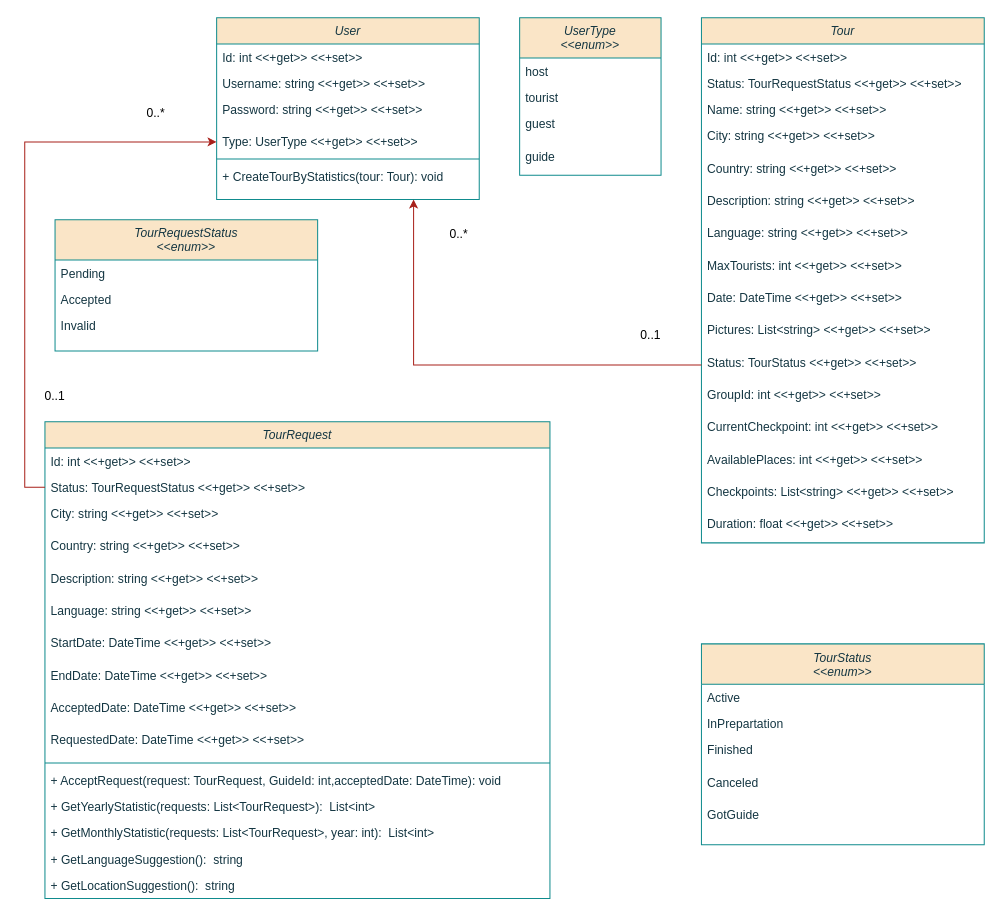
The draw.io diagram Diagrams/Class diagrams/Guide/Guide Class Diagram.drawio in katarinap02/booking-application, before the edit. Source tidied: cells renumbered, new cells numbered last; positions are measured from the earlier drawing's top-left corner, leaving out a move shared by most shapes. Both pictures are drawn from the tidied source at 101%, with x=0, y=0 at pixel (24, 17).
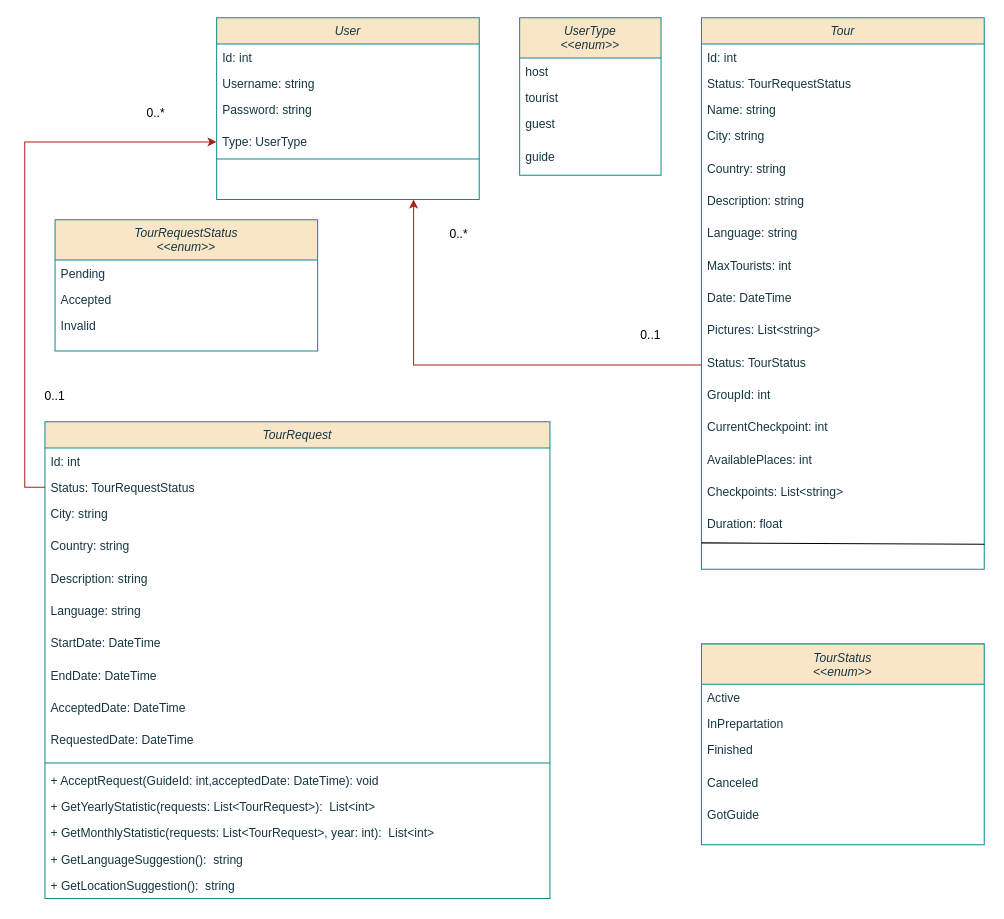
The same diagram, later.

The change refers to these unchanged cells:
```xml
<mxCell id="2" value="TourRequest" style="swimlane;fontStyle=2;align=center;verticalAlign=top;horizontal=1;startSize=26;rounded=0;shadow=0;strokeWidth=1;fillColor=#FAE5C7;strokeColor=#0F8B8D;labelBackgroundColor=none;fontColor=#143642;" parent="1" vertex="1">
  <mxGeometry x="20" y="400" width="500" height="472" as="geometry" />
</mxCell>
<mxCell id="19" value="User" style="swimlane;fontStyle=2;align=center;verticalAlign=top;horizontal=1;startSize=26;rounded=0;shadow=0;strokeWidth=1;fillColor=#FAE5C7;strokeColor=#0F8B8D;labelBackgroundColor=none;fontColor=#143642;" parent="1" vertex="1">
  <mxGeometry x="190" width="260" height="180" as="geometry" />
</mxCell>
```

The edit, as a diff of the source:
```diff
@@
-    <mxCell id="3" value="Id: int &lt;&lt;+get&gt;&gt; &lt;&lt;+set&gt;&gt;" style="text;align=left;verticalAlign=top;spacingLeft=4;spacingRight=4;overflow=hidden;labelBackgroundColor=none;fontColor=#143642;" parent="2" vertex="1">
+    <mxCell id="3" value="Id: int " style="text;align=left;verticalAlign=top;spacingLeft=4;spacingRight=4;overflow=hidden;labelBackgroundColor=none;fontColor=#143642;" parent="2" vertex="1">
       <mxGeometry y="26" width="500" height="26" as="geometry" />
     </mxCell>
-    <mxCell id="4" value="Status: TourRequestStatus &lt;&lt;+get&gt;&gt; &lt;&lt;+set&gt;&gt;" style="text;align=left;verticalAlign=top;spacingLeft=4;spacingRight=4;overflow=hidden;points=[[0,0.5],[1,0.5]];portConstraint=eastwest;rounded=0;shadow=0;html=0;labelBackgroundColor=none;fontColor=#143642;" parent="2" vertex="1">
+    <mxCell id="4" value="Status: TourRequestStatus " style="text;align=left;verticalAlign=top;spacingLeft=4;spacingRight=4;overflow=hidden;points=[[0,0.5],[1,0.5]];portConstraint=eastwest;rounded=0;shadow=0;html=0;labelBackgroundColor=none;fontColor=#143642;" parent="2" vertex="1">
       <mxGeometry y="52" width="500" height="26" as="geometry" />
     </mxCell>
-    <mxCell id="5" value="City: string &lt;&lt;+get&gt;&gt; &lt;&lt;+set&gt;&gt;" style="text;align=left;verticalAlign=top;spacingLeft=4;spacingRight=4;overflow=hidden;rounded=0;shadow=0;html=0;labelBackgroundColor=none;fontColor=#143642;" parent="2" vertex="1">
+    <mxCell id="5" value="City: string " style="text;align=left;verticalAlign=top;spacingLeft=4;spacingRight=4;overflow=hidden;rounded=0;shadow=0;html=0;labelBackgroundColor=none;fontColor=#143642;" parent="2" vertex="1">
       <mxGeometry y="78" width="500" height="32" as="geometry" />
     </mxCell>
-    <mxCell id="6" value="Country: string &lt;&lt;+get&gt;&gt; &lt;&lt;+set&gt;&gt;" style="text;align=left;verticalAlign=top;spacingLeft=4;spacingRight=4;overflow=hidden;rounded=0;shadow=0;html=0;labelBackgroundColor=none;fontColor=#143642;" parent="2" vertex="1">
+    <mxCell id="6" value="Country: string" style="text;align=left;verticalAlign=top;spacingLeft=4;spacingRight=4;overflow=hidden;rounded=0;shadow=0;html=0;labelBackgroundColor=none;fontColor=#143642;" parent="2" vertex="1">
       <mxGeometry y="110" width="500" height="32" as="geometry" />
     </mxCell>
-    <mxCell id="7" value="Description: string &lt;&lt;+get&gt;&gt; &lt;&lt;+set&gt;&gt;" style="text;align=left;verticalAlign=top;spacingLeft=4;spacingRight=4;overflow=hidden;rounded=0;shadow=0;html=0;labelBackgroundColor=none;fontColor=#143642;" parent="2" vertex="1">
+    <mxCell id="7" value="Description: string " style="text;align=left;verticalAlign=top;spacingLeft=4;spacingRight=4;overflow=hidden;rounded=0;shadow=0;html=0;labelBackgroundColor=none;fontColor=#143642;" parent="2" vertex="1">
       <mxGeometry y="142" width="500" height="32" as="geometry" />
     </mxCell>
-    <mxCell id="8" value="Language: string &lt;&lt;+get&gt;&gt; &lt;&lt;+set&gt;&gt;" style="text;align=left;verticalAlign=top;spacingLeft=4;spacingRight=4;overflow=hidden;rounded=0;shadow=0;html=0;labelBackgroundColor=none;fontColor=#143642;" parent="2" vertex="1">
+    <mxCell id="8" value="Language: string" style="text;align=left;verticalAlign=top;spacingLeft=4;spacingRight=4;overflow=hidden;rounded=0;shadow=0;html=0;labelBackgroundColor=none;fontColor=#143642;" parent="2" vertex="1">
       <mxGeometry y="174" width="500" height="32" as="geometry" />
     </mxCell>
-    <mxCell id="9" value="StartDate: DateTime &lt;&lt;+get&gt;&gt; &lt;&lt;+set&gt;&gt;" style="text;align=left;verticalAlign=top;spacingLeft=4;spacingRight=4;overflow=hidden;rounded=0;shadow=0;html=0;labelBackgroundColor=none;fontColor=#143642;" parent="2" vertex="1">
+    <mxCell id="9" value="StartDate: DateTime " style="text;align=left;verticalAlign=top;spacingLeft=4;spacingRight=4;overflow=hidden;rounded=0;shadow=0;html=0;labelBackgroundColor=none;fontColor=#143642;" parent="2" vertex="1">
       <mxGeometry y="206" width="500" height="32" as="geometry" />
     </mxCell>
-    <mxCell id="10" value="EndDate: DateTime &lt;&lt;+get&gt;&gt; &lt;&lt;+set&gt;&gt;" style="text;align=left;verticalAlign=top;spacingLeft=4;spacingRight=4;overflow=hidden;rounded=0;shadow=0;html=0;labelBackgroundColor=none;fontColor=#143642;" parent="2" vertex="1">
+    <mxCell id="10" value="EndDate: DateTime " style="text;align=left;verticalAlign=top;spacingLeft=4;spacingRight=4;overflow=hidden;rounded=0;shadow=0;html=0;labelBackgroundColor=none;fontColor=#143642;" parent="2" vertex="1">
       <mxGeometry y="238" width="500" height="32" as="geometry" />
     </mxCell>
-    <mxCell id="11" value="AcceptedDate: DateTime &lt;&lt;+get&gt;&gt; &lt;&lt;+set&gt;&gt;" style="text;align=left;verticalAlign=top;spacingLeft=4;spacingRight=4;overflow=hidden;rounded=0;shadow=0;html=0;labelBackgroundColor=none;fontColor=#143642;" parent="2" vertex="1">
+    <mxCell id="11" value="AcceptedDate: DateTime " style="text;align=left;verticalAlign=top;spacingLeft=4;spacingRight=4;overflow=hidden;rounded=0;shadow=0;html=0;labelBackgroundColor=none;fontColor=#143642;" parent="2" vertex="1">
       <mxGeometry y="270" width="500" height="32" as="geometry" />
     </mxCell>
-    <mxCell id="12" value="RequestedDate: DateTime &lt;&lt;+get&gt;&gt; &lt;&lt;+set&gt;&gt;" style="text;align=left;verticalAlign=top;spacingLeft=4;spacingRight=4;overflow=hidden;rounded=0;shadow=0;html=0;labelBackgroundColor=none;fontColor=#143642;" parent="2" vertex="1">
+    <mxCell id="12" value="RequestedDate: DateTime " style="text;align=left;verticalAlign=top;spacingLeft=4;spacingRight=4;overflow=hidden;rounded=0;shadow=0;html=0;labelBackgroundColor=none;fontColor=#143642;" parent="2" vertex="1">
       <mxGeometry y="302" width="500" height="32" as="geometry" />
     </mxCell>
@@
-    <mxCell id="14" value="+ AcceptRequest(request: TourRequest, GuideId: int,acceptedDate: DateTime): void" style="text;align=left;verticalAlign=top;spacingLeft=4;spacingRight=4;overflow=hidden;labelBackgroundColor=none;fontColor=#143642;" parent="2" vertex="1">
+    <mxCell id="14" value="+ AcceptRequest(GuideId: int,acceptedDate: DateTime): void" style="text;align=left;verticalAlign=top;spacingLeft=4;spacingRight=4;overflow=hidden;labelBackgroundColor=none;fontColor=#143642;" parent="2" vertex="1">
       <mxGeometry y="342" width="500" height="26" as="geometry" />
     </mxCell>
@@
-    <mxCell id="20" value="Id: int &lt;&lt;+get&gt;&gt; &lt;&lt;+set&gt;&gt;" style="text;align=left;verticalAlign=top;spacingLeft=4;spacingRight=4;overflow=hidden;labelBackgroundColor=none;fontColor=#143642;" parent="19" vertex="1">
+    <mxCell id="20" value="Id: int " style="text;align=left;verticalAlign=top;spacingLeft=4;spacingRight=4;overflow=hidden;labelBackgroundColor=none;fontColor=#143642;" parent="19" vertex="1">
       <mxGeometry y="26" width="260" height="26" as="geometry" />
     </mxCell>
-    <mxCell id="21" value="Username: string &lt;&lt;+get&gt;&gt; &lt;&lt;+set&gt;&gt;" style="text;align=left;verticalAlign=top;spacingLeft=4;spacingRight=4;overflow=hidden;labelBackgroundColor=none;fontColor=#143642;" parent="19" vertex="1">
+    <mxCell id="21" value="Username: string" style="text;align=left;verticalAlign=top;spacingLeft=4;spacingRight=4;overflow=hidden;labelBackgroundColor=none;fontColor=#143642;" parent="19" vertex="1">
       <mxGeometry y="52" width="260" height="26" as="geometry" />
     </mxCell>
-    <mxCell id="22" value="Password: string &lt;&lt;+get&gt;&gt; &lt;&lt;+set&gt;&gt;" style="text;align=left;verticalAlign=top;spacingLeft=4;spacingRight=4;overflow=hidden;rounded=0;shadow=0;html=0;labelBackgroundColor=none;fontColor=#143642;" parent="19" vertex="1">
+    <mxCell id="22" value="Password: string " style="text;align=left;verticalAlign=top;spacingLeft=4;spacingRight=4;overflow=hidden;rounded=0;shadow=0;html=0;labelBackgroundColor=none;fontColor=#143642;" parent="19" vertex="1">
       <mxGeometry y="78" width="260" height="32" as="geometry" />
     </mxCell>
-    <mxCell id="23" value="Type: UserType &lt;&lt;+get&gt;&gt; &lt;&lt;+set&gt;&gt;" style="text;align=left;verticalAlign=top;spacingLeft=4;spacingRight=4;overflow=hidden;points=[[0,0.5],[1,0.5]];portConstraint=eastwest;rounded=0;shadow=0;html=0;labelBackgroundColor=none;fontColor=#143642;" parent="19" vertex="1">
+    <mxCell id="23" value="Type: UserType " style="text;align=left;verticalAlign=top;spacingLeft=4;spacingRight=4;overflow=hidden;points=[[0,0.5],[1,0.5]];portConstraint=eastwest;rounded=0;shadow=0;html=0;labelBackgroundColor=none;fontColor=#143642;" parent="19" vertex="1">
       <mxGeometry y="110" width="260" height="26" as="geometry" />
     </mxCell>
@@
-    <mxCell id="25" value="+ CreateTourByStatistics(tour: Tour): void" style="text;align=left;verticalAlign=top;spacingLeft=4;spacingRight=4;overflow=hidden;labelBackgroundColor=none;fontColor=#143642;" parent="19" vertex="1">
-      <mxGeometry y="144" width="260" height="26" as="geometry" />
-    </mxCell>
@@
     <mxCell id="35" value="Tour" style="swimlane;fontStyle=2;align=center;verticalAlign=top;horizontal=1;startSize=26;rounded=0;shadow=0;strokeWidth=1;fillColor=#FAE5C7;strokeColor=#0F8B8D;labelBackgroundColor=none;fontColor=#143642;" parent="1" vertex="1">
-      <mxGeometry x="670" width="280" height="520" as="geometry" />
+      <mxGeometry x="670" width="280" height="546" as="geometry" />
     </mxCell>
-    <mxCell id="36" value="Id: int &lt;&lt;+get&gt;&gt; &lt;&lt;+set&gt;&gt;" style="text;align=left;verticalAlign=top;spacingLeft=4;spacingRight=4;overflow=hidden;labelBackgroundColor=none;fontColor=#143642;" parent="35" vertex="1">
+    <mxCell id="36" value="Id: int" style="text;align=left;verticalAlign=top;spacingLeft=4;spacingRight=4;overflow=hidden;labelBackgroundColor=none;fontColor=#143642;" parent="35" vertex="1">
       <mxGeometry y="26" width="280" height="26" as="geometry" />
     </mxCell>
-    <mxCell id="37" value="Status: TourRequestStatus &lt;&lt;+get&gt;&gt; &lt;&lt;+set&gt;&gt;" style="text;align=left;verticalAlign=top;spacingLeft=4;spacingRight=4;overflow=hidden;rounded=0;shadow=0;html=0;labelBackgroundColor=none;fontColor=#143642;" parent="35" vertex="1">
+    <mxCell id="37" value="Status: TourRequestStatus " style="text;align=left;verticalAlign=top;spacingLeft=4;spacingRight=4;overflow=hidden;rounded=0;shadow=0;html=0;labelBackgroundColor=none;fontColor=#143642;" parent="35" vertex="1">
       <mxGeometry y="52" width="280" height="26" as="geometry" />
     </mxCell>
-    <mxCell id="38" value="Name: string &lt;&lt;+get&gt;&gt; &lt;&lt;+set&gt;&gt;" style="text;align=left;verticalAlign=top;spacingLeft=4;spacingRight=4;overflow=hidden;rounded=0;shadow=0;html=0;labelBackgroundColor=none;fontColor=#143642;" parent="35" vertex="1">
+    <mxCell id="38" value="Name: string " style="text;align=left;verticalAlign=top;spacingLeft=4;spacingRight=4;overflow=hidden;rounded=0;shadow=0;html=0;labelBackgroundColor=none;fontColor=#143642;" parent="35" vertex="1">
       <mxGeometry y="78" width="280" height="26" as="geometry" />
     </mxCell>
-    <mxCell id="39" value="City: string &lt;&lt;+get&gt;&gt; &lt;&lt;+set&gt;&gt;" style="text;align=left;verticalAlign=top;spacingLeft=4;spacingRight=4;overflow=hidden;rounded=0;shadow=0;html=0;labelBackgroundColor=none;fontColor=#143642;" parent="35" vertex="1">
+    <mxCell id="39" value="City: string " style="text;align=left;verticalAlign=top;spacingLeft=4;spacingRight=4;overflow=hidden;rounded=0;shadow=0;html=0;labelBackgroundColor=none;fontColor=#143642;" parent="35" vertex="1">
       <mxGeometry y="104" width="280" height="32" as="geometry" />
     </mxCell>
-    <mxCell id="40" value="Country: string &lt;&lt;+get&gt;&gt; &lt;&lt;+set&gt;&gt;" style="text;align=left;verticalAlign=top;spacingLeft=4;spacingRight=4;overflow=hidden;rounded=0;shadow=0;html=0;labelBackgroundColor=none;fontColor=#143642;" parent="35" vertex="1">
+    <mxCell id="40" value="Country: string " style="text;align=left;verticalAlign=top;spacingLeft=4;spacingRight=4;overflow=hidden;rounded=0;shadow=0;html=0;labelBackgroundColor=none;fontColor=#143642;" parent="35" vertex="1">
       <mxGeometry y="136" width="280" height="32" as="geometry" />
     </mxCell>
-    <mxCell id="41" value="Description: string &lt;&lt;+get&gt;&gt; &lt;&lt;+set&gt;&gt;" style="text;align=left;verticalAlign=top;spacingLeft=4;spacingRight=4;overflow=hidden;rounded=0;shadow=0;html=0;labelBackgroundColor=none;fontColor=#143642;" parent="35" vertex="1">
+    <mxCell id="41" value="Description: string " style="text;align=left;verticalAlign=top;spacingLeft=4;spacingRight=4;overflow=hidden;rounded=0;shadow=0;html=0;labelBackgroundColor=none;fontColor=#143642;" parent="35" vertex="1">
       <mxGeometry y="168" width="280" height="32" as="geometry" />
     </mxCell>
-    <mxCell id="42" value="Language: string &lt;&lt;+get&gt;&gt; &lt;&lt;+set&gt;&gt;" style="text;align=left;verticalAlign=top;spacingLeft=4;spacingRight=4;overflow=hidden;rounded=0;shadow=0;html=0;labelBackgroundColor=none;fontColor=#143642;" parent="35" vertex="1">
+    <mxCell id="42" value="Language: string " style="text;align=left;verticalAlign=top;spacingLeft=4;spacingRight=4;overflow=hidden;rounded=0;shadow=0;html=0;labelBackgroundColor=none;fontColor=#143642;" parent="35" vertex="1">
       <mxGeometry y="200" width="280" height="32" as="geometry" />
     </mxCell>
-    <mxCell id="43" value="MaxTourists: int &lt;&lt;+get&gt;&gt; &lt;&lt;+set&gt;&gt;" style="text;align=left;verticalAlign=top;spacingLeft=4;spacingRight=4;overflow=hidden;rounded=0;shadow=0;html=0;labelBackgroundColor=none;fontColor=#143642;" parent="35" vertex="1">
+    <mxCell id="43" value="MaxTourists: int " style="text;align=left;verticalAlign=top;spacingLeft=4;spacingRight=4;overflow=hidden;rounded=0;shadow=0;html=0;labelBackgroundColor=none;fontColor=#143642;" parent="35" vertex="1">
       <mxGeometry y="232" width="280" height="32" as="geometry" />
     </mxCell>
-    <mxCell id="44" value="Date: DateTime &lt;&lt;+get&gt;&gt; &lt;&lt;+set&gt;&gt;" style="text;align=left;verticalAlign=top;spacingLeft=4;spacingRight=4;overflow=hidden;rounded=0;shadow=0;html=0;labelBackgroundColor=none;fontColor=#143642;" parent="35" vertex="1">
+    <mxCell id="44" value="Date: DateTime " style="text;align=left;verticalAlign=top;spacingLeft=4;spacingRight=4;overflow=hidden;rounded=0;shadow=0;html=0;labelBackgroundColor=none;fontColor=#143642;" parent="35" vertex="1">
       <mxGeometry y="264" width="280" height="32" as="geometry" />
     </mxCell>
-    <mxCell id="45" value="Pictures: List&lt;string&gt; &lt;&lt;+get&gt;&gt; &lt;&lt;+set&gt;&gt;" style="text;align=left;verticalAlign=top;spacingLeft=4;spacingRight=4;overflow=hidden;rounded=0;shadow=0;html=0;labelBackgroundColor=none;fontColor=#143642;" parent="35" vertex="1">
+    <mxCell id="45" value="Pictures: List&lt;string&gt; " style="text;align=left;verticalAlign=top;spacingLeft=4;spacingRight=4;overflow=hidden;rounded=0;shadow=0;html=0;labelBackgroundColor=none;fontColor=#143642;" parent="35" vertex="1">
       <mxGeometry y="296" width="280" height="32" as="geometry" />
     </mxCell>
-    <mxCell id="46" value="Status: TourStatus &lt;&lt;+get&gt;&gt; &lt;&lt;+set&gt;&gt;" style="text;align=left;verticalAlign=top;spacingLeft=4;spacingRight=4;overflow=hidden;points=[[0,0.5],[1,0.5]];portConstraint=eastwest;rounded=0;shadow=0;html=0;labelBackgroundColor=none;fontColor=#143642;" parent="35" vertex="1">
+    <mxCell id="46" value="Status: TourStatus " style="text;align=left;verticalAlign=top;spacingLeft=4;spacingRight=4;overflow=hidden;points=[[0,0.5],[1,0.5]];portConstraint=eastwest;rounded=0;shadow=0;html=0;labelBackgroundColor=none;fontColor=#143642;" parent="35" vertex="1">
       <mxGeometry y="328" width="280" height="32" as="geometry" />
     </mxCell>
-    <mxCell id="47" value="GroupId: int &lt;&lt;+get&gt;&gt; &lt;&lt;+set&gt;&gt;" style="text;align=left;verticalAlign=top;spacingLeft=4;spacingRight=4;overflow=hidden;rounded=0;shadow=0;html=0;labelBackgroundColor=none;fontColor=#143642;" parent="35" vertex="1">
+    <mxCell id="47" value="GroupId: int " style="text;align=left;verticalAlign=top;spacingLeft=4;spacingRight=4;overflow=hidden;rounded=0;shadow=0;html=0;labelBackgroundColor=none;fontColor=#143642;" parent="35" vertex="1">
       <mxGeometry y="360" width="280" height="32" as="geometry" />
     </mxCell>
-    <mxCell id="48" value="CurrentCheckpoint: int &lt;&lt;+get&gt;&gt; &lt;&lt;+set&gt;&gt;" style="text;align=left;verticalAlign=top;spacingLeft=4;spacingRight=4;overflow=hidden;rounded=0;shadow=0;html=0;labelBackgroundColor=none;fontColor=#143642;" parent="35" vertex="1">
+    <mxCell id="48" value="CurrentCheckpoint: int" style="text;align=left;verticalAlign=top;spacingLeft=4;spacingRight=4;overflow=hidden;rounded=0;shadow=0;html=0;labelBackgroundColor=none;fontColor=#143642;" parent="35" vertex="1">
       <mxGeometry y="392" width="280" height="32" as="geometry" />
     </mxCell>
-    <mxCell id="49" value="AvailablePlaces: int &lt;&lt;+get&gt;&gt; &lt;&lt;+set&gt;&gt;" style="text;align=left;verticalAlign=top;spacingLeft=4;spacingRight=4;overflow=hidden;rounded=0;shadow=0;html=0;labelBackgroundColor=none;fontColor=#143642;" parent="35" vertex="1">
+    <mxCell id="49" value="AvailablePlaces: int " style="text;align=left;verticalAlign=top;spacingLeft=4;spacingRight=4;overflow=hidden;rounded=0;shadow=0;html=0;labelBackgroundColor=none;fontColor=#143642;" parent="35" vertex="1">
       <mxGeometry y="424" width="280" height="32" as="geometry" />
     </mxCell>
-    <mxCell id="50" value="Checkpoints: List&lt;string&gt; &lt;&lt;+get&gt;&gt; &lt;&lt;+set&gt;&gt;" style="text;align=left;verticalAlign=top;spacingLeft=4;spacingRight=4;overflow=hidden;rounded=0;shadow=0;html=0;labelBackgroundColor=none;fontColor=#143642;" parent="35" vertex="1">
+    <mxCell id="50" value="Checkpoints: List&lt;string&gt; " style="text;align=left;verticalAlign=top;spacingLeft=4;spacingRight=4;overflow=hidden;rounded=0;shadow=0;html=0;labelBackgroundColor=none;fontColor=#143642;" parent="35" vertex="1">
       <mxGeometry y="456" width="280" height="32" as="geometry" />
     </mxCell>
-    <mxCell id="51" value="Duration: float &lt;&lt;+get&gt;&gt; &lt;&lt;+set&gt;&gt;" style="text;align=left;verticalAlign=top;spacingLeft=4;spacingRight=4;overflow=hidden;points=[[0,0.5],[1,0.5]];portConstraint=eastwest;rounded=0;shadow=0;html=0;labelBackgroundColor=none;fontColor=#143642;" parent="35" vertex="1">
+    <mxCell id="51" value="Duration: float " style="text;align=left;verticalAlign=top;spacingLeft=4;spacingRight=4;overflow=hidden;points=[[0,0.5],[1,0.5]];portConstraint=eastwest;rounded=0;shadow=0;html=0;labelBackgroundColor=none;fontColor=#143642;" parent="35" vertex="1">
       <mxGeometry y="488" width="280" height="32" as="geometry" />
     </mxCell>
+    <mxCell id="64" style="endArrow=none;html=1;rounded=0;entryX=1.001;entryY=1.042;entryDx=0;entryDy=0;entryPerimeter=0;" parent="35" edge="1" target="51">
+      <mxGeometry relative="1" as="geometry">
+        <mxPoint y="520" as="sourcePoint" />
+      </mxGeometry>
+    </mxCell>
```
